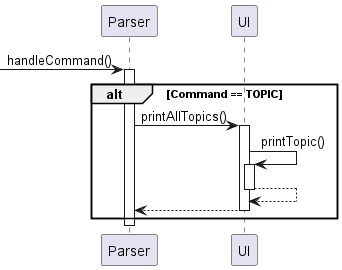
Earlier version of the PlantUML export docs/UML_Diagrams/topicFunctionSequence.png (AhmedShaiyan/tp).
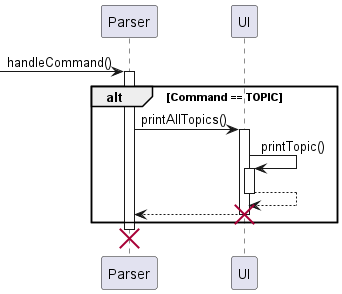
After the change.

The edit, as a diff of the source:
```diff
@@ -11,7 +11,9 @@
 deactivate UI
 UI --> Parser
 deactivate UI
+destroy UI
 end
 deactivate Parser
+destroy Parser
 
 @enduml
```
